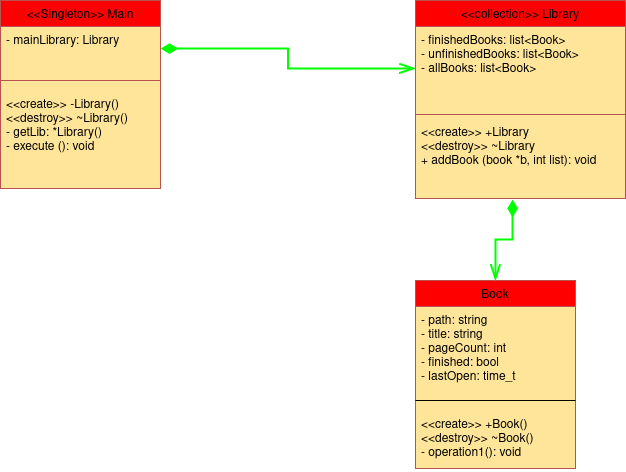
Earlier version of the draw.io export diagrams/litteratus-uml.drawio.png (danzagroba/Litteratus). Source tidied: cells renumbered, new cells last; positions are measured from the earlier drawing's top-left corner, leaving out a move shared by most shapes. Its diagram source:
```xml
<mxGraphModel>
  <root>
    <mxCell id="0" />
    <mxCell id="1" parent="0" />
    <mxCell id="2" value="Book" style="swimlane;fontStyle=0;align=center;verticalAlign=top;horizontal=1;startSize=26;rounded=0;shadow=0;strokeWidth=1;fillColor=#FF0000;strokeColor=#b85450;swimlaneFillColor=#FFE599;" parent="1" vertex="1">
      <mxGeometry x="415" y="280" width="160" height="188" as="geometry" />
    </mxCell>
    <mxCell id="3" value="- path: string&#10;- title: string&#10;- pageCount: int&#10;- finished: bool&#10;- lastOpen: time_t&#10;" style="text;align=left;verticalAlign=top;spacingLeft=4;spacingRight=4;overflow=hidden;" parent="2" vertex="1">
      <mxGeometry y="26" width="160" height="84" as="geometry" />
    </mxCell>
    <mxCell id="4" style="line;html=1;strokeWidth=1;align=left;verticalAlign=middle;spacingTop=-1;spacingLeft=3;spacingRight=3;labelPosition=right;fillColor=#000000;strokeColor=#000000;" parent="2" vertex="1">
      <mxGeometry y="110" width="160" height="20" as="geometry" />
    </mxCell>
    <mxCell id="5" value="&lt;&lt;create&gt;&gt; +Book()&#10;&lt;&lt;destroy&gt;&gt; ~Book()&#10;- operation1(): void&#10;&#10;" style="text;align=left;verticalAlign=top;spacingLeft=4;spacingRight=4;overflow=hidden;" parent="2" vertex="1">
      <mxGeometry y="130" width="160" height="58" as="geometry" />
    </mxCell>
    <mxCell id="6" value="&lt;&lt;collection&gt;&gt; Library" style="swimlane;fontStyle=0;align=center;verticalAlign=top;horizontal=1;startSize=26;rounded=0;shadow=0;strokeWidth=1;fillColor=#FF0000;strokeColor=#b85450;swimlaneFillColor=#FFE599;fontFamily=Helvetica;fontSize=12;fontColor=default;" parent="1" vertex="1">
      <mxGeometry x="415" width="210" height="198" as="geometry" />
    </mxCell>
    <mxCell id="7" value="- finishedBooks: list&lt;Book&gt;&#10;- unfinishedBooks: list&lt;Book&gt;&#10;- allBooks: list&lt;Book&gt;&#10;" style="text;align=left;verticalAlign=top;spacingLeft=4;spacingRight=4;overflow=hidden;points=[[0,0.5],[1,0.5]];portConstraint=eastwest;fontFamily=Helvetica;fontSize=12;fontColor=default;fontStyle=0;" parent="6" vertex="1">
      <mxGeometry y="26" width="210" height="84" as="geometry" />
    </mxCell>
    <mxCell id="8" style="line;html=1;strokeWidth=1;align=center;verticalAlign=top;spacingTop=-1;spacingLeft=3;spacingRight=3;labelPosition=right;rounded=0;shadow=0;strokeColor=#b85450;swimlaneFillColor=#FFE599;fontFamily=Helvetica;fontSize=12;fontColor=default;fontStyle=0;fillColor=#FF0000;" parent="6" vertex="1">
      <mxGeometry y="110" width="210" height="8" as="geometry" />
    </mxCell>
    <mxCell id="9" value="&lt;&lt;create&gt;&gt; +Library&#10;&lt;&lt;destroy&gt;&gt; ~Library&#10;+ addBook (book *b, int list): void&#10;" style="text;align=left;verticalAlign=top;spacingLeft=4;spacingRight=4;overflow=hidden;points=[[0,0.5],[1,0.5]];portConstraint=eastwest;fontFamily=Helvetica;fontSize=12;fontColor=default;fontStyle=0;" parent="6" vertex="1">
      <mxGeometry y="118" width="210" height="80" as="geometry" />
    </mxCell>
    <mxCell id="10" value="&lt;&lt;Singleton&gt;&gt; Main" style="swimlane;fontStyle=0;align=center;verticalAlign=top;horizontal=1;startSize=26;rounded=0;shadow=0;strokeWidth=1;fillColor=#FF0000;strokeColor=#b85450;swimlaneFillColor=#FFE599;fontFamily=Helvetica;fontSize=12;fontColor=default;" parent="1" vertex="1">
      <mxGeometry width="160" height="188" as="geometry" />
    </mxCell>
    <mxCell id="11" value="- mainLibrary: Library" style="text;align=left;verticalAlign=top;spacingLeft=4;spacingRight=4;overflow=hidden;points=[[0,0.5],[1,0.5]];portConstraint=eastwest;fontFamily=Helvetica;fontSize=12;fontColor=default;fontStyle=0;" parent="10" vertex="1">
      <mxGeometry y="26" width="160" height="44" as="geometry" />
    </mxCell>
    <mxCell id="12" style="line;html=1;strokeWidth=1;align=center;verticalAlign=top;spacingTop=-1;spacingLeft=3;spacingRight=3;labelPosition=right;rounded=0;shadow=0;strokeColor=#b85450;swimlaneFillColor=#FFE599;fontFamily=Helvetica;fontSize=12;fontColor=default;fontStyle=0;fillColor=#FF0000;" parent="10" vertex="1">
      <mxGeometry y="70" width="160" height="20" as="geometry" />
    </mxCell>
    <mxCell id="13" value="&lt;&lt;create&gt;&gt; -Library()&#10;&lt;&lt;destroy&gt;&gt; ~Library()&#10;- getLib: *Library()&#10;- execute (): void" style="text;align=left;verticalAlign=top;spacingLeft=4;spacingRight=4;overflow=hidden;fontFamily=Helvetica;fontSize=12;fontColor=default;fontStyle=0;" parent="10" vertex="1">
      <mxGeometry y="90" width="160" height="80" as="geometry" />
    </mxCell>
    <mxCell id="14" style="endArrow=openThin;html=1;rounded=0;exitX=1;exitY=0.5;exitDx=0;exitDy=0;entryX=0;entryY=0.5;entryDx=0;entryDy=0;edgeStyle=orthogonalEdgeStyle;startFill=1;endFill=0;startArrow=diamondThin;targetPerimeterSpacing=0;sourcePerimeterSpacing=0;endSize=12;startSize=12;fillColor=#60a917;strokeColor=#00FF00;strokeWidth=2;" parent="1" edge="1" source="11" target="7">
      <mxGeometry relative="1" as="geometry" />
    </mxCell>
    <mxCell id="15" style="endArrow=openThin;html=1;rounded=0;exitX=0.462;exitY=1.013;exitDx=0;exitDy=0;entryX=0.5;entryY=0;entryDx=0;entryDy=0;edgeStyle=orthogonalEdgeStyle;startFill=1;endFill=0;startArrow=diamondThin;targetPerimeterSpacing=0;sourcePerimeterSpacing=0;endSize=12;startSize=12;fillColor=#60a917;strokeColor=#00FF00;strokeWidth=2;exitPerimeter=0;" parent="1" edge="1" source="9" target="2">
      <mxGeometry relative="1" as="geometry" />
    </mxCell>
  </root>
</mxGraphModel>
```
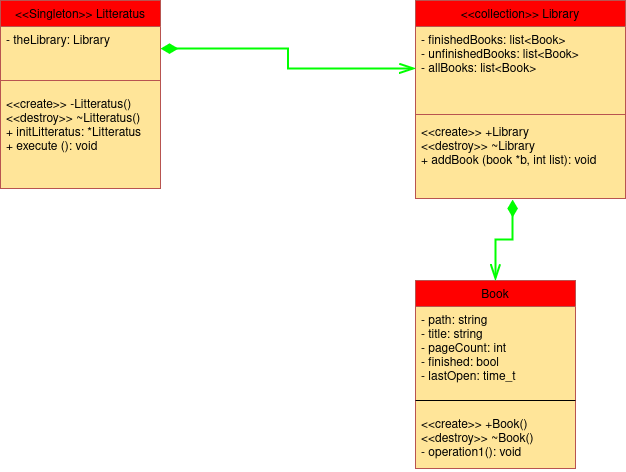
After the change.

Commit message:
Fix diagram typos

Diff of the diagram source:
```diff
@@ -26,16 +26,16 @@
     <mxCell id="9" value="&lt;&lt;create&gt;&gt; +Library&#10;&lt;&lt;destroy&gt;&gt; ~Library&#10;+ addBook (book *b, int list): void&#10;" style="text;align=left;verticalAlign=top;spacingLeft=4;spacingRight=4;overflow=hidden;points=[[0,0.5],[1,0.5]];portConstraint=eastwest;fontFamily=Helvetica;fontSize=12;fontColor=default;fontStyle=0;" parent="6" vertex="1">
       <mxGeometry y="118" width="210" height="80" as="geometry" />
     </mxCell>
-    <mxCell id="10" value="&lt;&lt;Singleton&gt;&gt; Main" style="swimlane;fontStyle=0;align=center;verticalAlign=top;horizontal=1;startSize=26;rounded=0;shadow=0;strokeWidth=1;fillColor=#FF0000;strokeColor=#b85450;swimlaneFillColor=#FFE599;fontFamily=Helvetica;fontSize=12;fontColor=default;" parent="1" vertex="1">
+    <mxCell id="10" value="&lt;&lt;Singleton&gt;&gt; Litteratus" style="swimlane;fontStyle=0;align=center;verticalAlign=top;horizontal=1;startSize=26;rounded=0;shadow=0;strokeWidth=1;fillColor=#FF0000;strokeColor=#b85450;swimlaneFillColor=#FFE599;fontFamily=Helvetica;fontSize=12;fontColor=default;" parent="1" vertex="1">
       <mxGeometry width="160" height="188" as="geometry" />
     </mxCell>
-    <mxCell id="11" value="- mainLibrary: Library" style="text;align=left;verticalAlign=top;spacingLeft=4;spacingRight=4;overflow=hidden;points=[[0,0.5],[1,0.5]];portConstraint=eastwest;fontFamily=Helvetica;fontSize=12;fontColor=default;fontStyle=0;" parent="10" vertex="1">
+    <mxCell id="11" value="- theLibrary: Library" style="text;align=left;verticalAlign=top;spacingLeft=4;spacingRight=4;overflow=hidden;points=[[0,0.5],[1,0.5]];portConstraint=eastwest;fontFamily=Helvetica;fontSize=12;fontColor=default;fontStyle=0;" parent="10" vertex="1">
       <mxGeometry y="26" width="160" height="44" as="geometry" />
     </mxCell>
     <mxCell id="12" style="line;html=1;strokeWidth=1;align=center;verticalAlign=top;spacingTop=-1;spacingLeft=3;spacingRight=3;labelPosition=right;rounded=0;shadow=0;strokeColor=#b85450;swimlaneFillColor=#FFE599;fontFamily=Helvetica;fontSize=12;fontColor=default;fontStyle=0;fillColor=#FF0000;" parent="10" vertex="1">
       <mxGeometry y="70" width="160" height="20" as="geometry" />
     </mxCell>
-    <mxCell id="13" value="&lt;&lt;create&gt;&gt; -Library()&#10;&lt;&lt;destroy&gt;&gt; ~Library()&#10;- getLib: *Library()&#10;- execute (): void" style="text;align=left;verticalAlign=top;spacingLeft=4;spacingRight=4;overflow=hidden;fontFamily=Helvetica;fontSize=12;fontColor=default;fontStyle=0;" parent="10" vertex="1">
+    <mxCell id="13" value="&lt;&lt;create&gt;&gt; -Litteratus()&#10;&lt;&lt;destroy&gt;&gt; ~Litteratus()&#10;+ initLitteratus: *Litteratus&#10;+ execute (): void" style="text;align=left;verticalAlign=top;spacingLeft=4;spacingRight=4;overflow=hidden;fontFamily=Helvetica;fontSize=12;fontColor=default;fontStyle=0;" parent="10" vertex="1">
       <mxGeometry y="90" width="160" height="80" as="geometry" />
     </mxCell>
     <mxCell id="14" style="endArrow=openThin;html=1;rounded=0;exitX=1;exitY=0.5;exitDx=0;exitDy=0;entryX=0;entryY=0.5;entryDx=0;entryDy=0;edgeStyle=orthogonalEdgeStyle;startFill=1;endFill=0;startArrow=diamondThin;targetPerimeterSpacing=0;sourcePerimeterSpacing=0;endSize=12;startSize=12;fillColor=#60a917;strokeColor=#00FF00;strokeWidth=2;" parent="1" edge="1" source="11" target="7">
```
